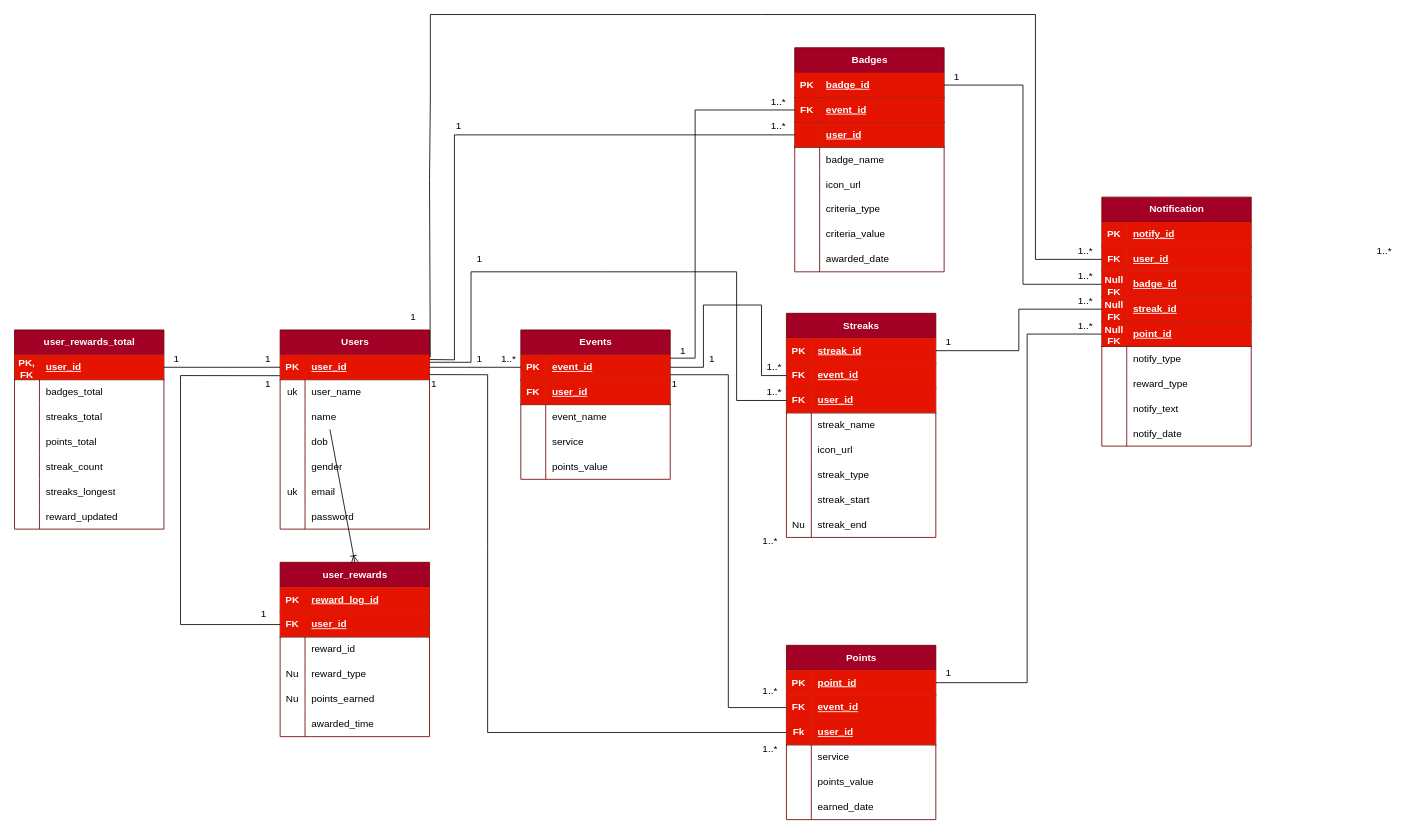
Above: ERD Software Design Document.drawio in Sky-monster/Diagrams (draw.io), before the change. Source tidied: cells renumbered, new cells numbered last; positions are measured from the earlier drawing's top-left corner, leaving out a move shared by most shapes. Both pictures are drawn from the tidied source at 83%, with x=0, y=0 at pixel (14, 14).
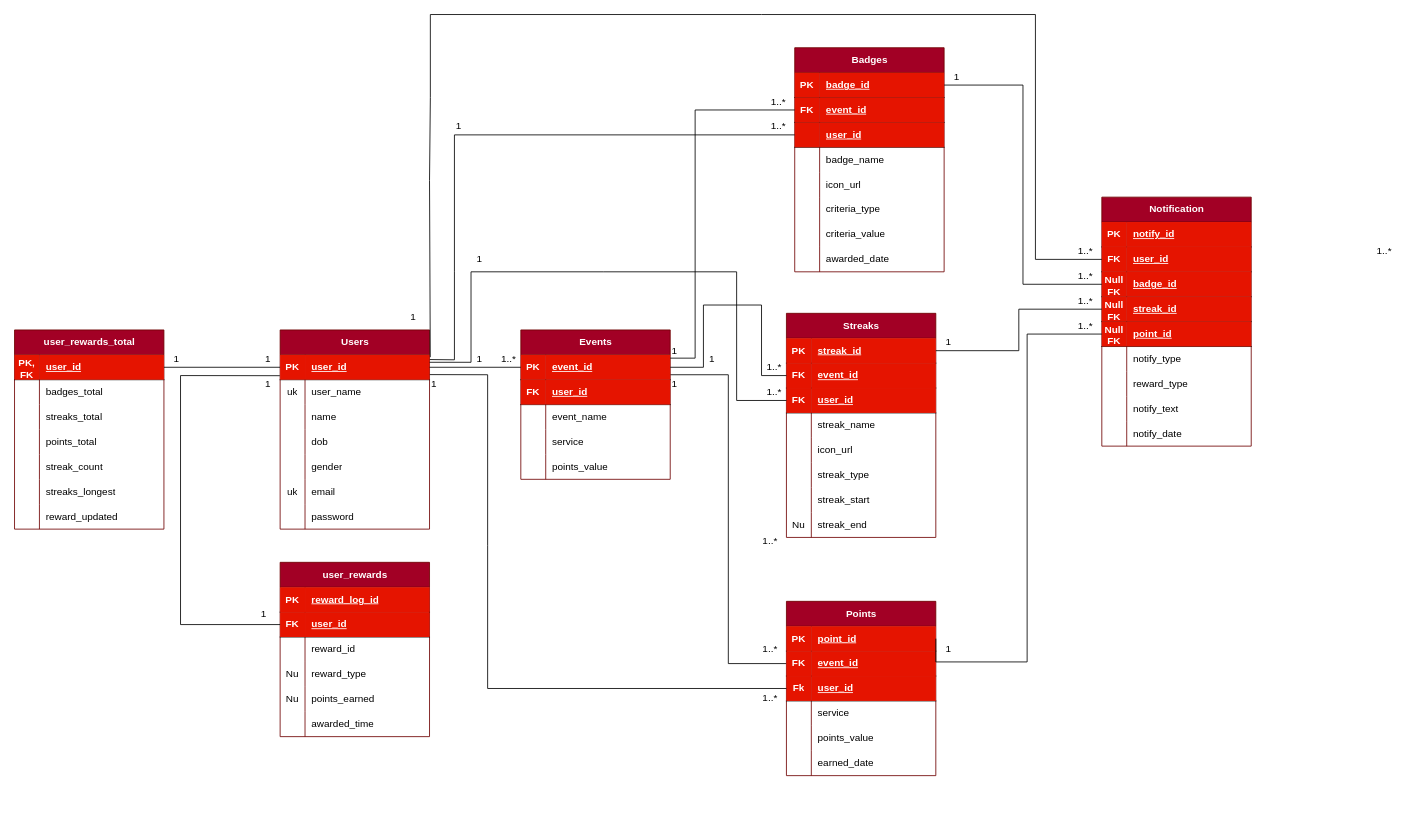
The same page after the edit.

Unchanged cells that the change refers to:
```xml
<mxCell id="3" style="shape=tableRow;horizontal=0;startSize=0;swimlaneHead=0;swimlaneBody=0;fillColor=none;points=[[0,0.5],[1,0.5]];portConstraint=eastwest;top=0;left=0;right=0;bottom=1;" parent="2" vertex="1">
  <mxGeometry y="30" width="180" height="30" as="geometry" />
</mxCell>
<mxCell id="71" value="user_rewards" style="shape=table;startSize=30;childLayout=tableLayout;rowLines=0;fontStyle=1;align=center;html=1;fillColor=#a20025;fontColor=#ffffff;strokeColor=#6F0000;fontFamily=Arial;" parent="1" vertex="1">
  <mxGeometry x="320" y="660" width="180" height="210" as="geometry" />
</mxCell>
<mxCell id="103" style="shape=tableRow;horizontal=0;startSize=0;swimlaneHead=0;swimlaneBody=0;fillColor=none;points=[[0,0.5],[1,0.5]];portConstraint=eastwest;top=0;left=0;right=0;bottom=1;" parent="90" vertex="1">
  <mxGeometry y="150" width="180" height="30" as="geometry" />
</mxCell>
<mxCell id="162" style="shape=tableRow;horizontal=0;startSize=0;swimlaneHead=0;swimlaneBody=0;fillColor=none;points=[[0,0.5],[1,0.5]];portConstraint=eastwest;top=0;left=0;right=0;bottom=1;" parent="161" vertex="1">
  <mxGeometry y="30" width="180" height="30" as="geometry" />
</mxCell>
<mxCell id="168" style="shape=tableRow;horizontal=0;startSize=0;swimlaneHead=0;swimlaneBody=0;fillColor=none;points=[[0,0.5],[1,0.5]];portConstraint=eastwest;top=0;left=0;right=0;bottom=1;" parent="161" vertex="1">
  <mxGeometry y="90" width="180" height="30" as="geometry" />
</mxCell>
```

What changed in the source:
```diff
@@
-    <mxCell id="160" style="fontSize=12;html=1;endArrow=ERoneToMany;rounded=0;exitX=0.494;exitY=1;exitDx=0;exitDy=0;exitPerimeter=0;entryX=0.5;entryY=0;entryDx=0;entryDy=0;" parent="1" edge="1" target="71">
-      <mxGeometry relative="1" as="geometry">
-        <mxPoint x="380" y="500" as="sourcePoint" />
-      </mxGeometry>
-    </mxCell>
     <mxCell id="161" value="Points" style="shape=table;startSize=30;childLayout=tableLayout;rowLines=0;fontStyle=1;align=center;html=1;fillColor=#a20025;fontColor=#ffffff;strokeColor=#6F0000;fontFamily=Arial;" parent="1" vertex="1">
-      <mxGeometry x="930" y="760" width="180" height="210" as="geometry" />
+      <mxGeometry x="930" y="707" width="180" height="210" as="geometry" />
     </mxCell>
@@
     <mxCell id="190" style="rounded=0;jettySize=auto;html=1;entryX=0;entryY=0.5;entryDx=0;entryDy=0;exitX=1.002;exitY=0.794;exitDx=0;exitDy=0;exitPerimeter=0;endArrow=none;endFill=0;" parent="1" edge="1" source="3" target="168">
       <mxGeometry relative="1" as="geometry">
         <Array as="points">
           <mxPoint x="570" y="434" />
           <mxPoint x="570" y="640" />
-          <mxPoint x="570" y="865" />
+          <mxPoint x="570" y="812" />
         </Array>
       </mxGeometry>
     </mxCell>
@@
-    <mxCell id="195" style="edgeStyle=orthogonalEdgeStyle;rounded=0;jettySize=auto;html=1;entryX=0;entryY=0.5;entryDx=0;entryDy=0;endArrow=none;endFill=0;" parent="1" edge="1" source="162" target="103">
+    <mxCell id="195" style="edgeStyle=orthogonalEdgeStyle;rounded=0;jettySize=auto;html=1;entryX=0;entryY=0.5;entryDx=0;entryDy=0;endArrow=none;endFill=0;exitX=1;exitY=0.5;exitDx=0;exitDy=0;" parent="1" edge="1" source="162" target="103">
       <mxGeometry relative="1" as="geometry">
         <Array as="points">
-          <mxPoint x="1220" y="805" />
+          <mxPoint x="1110" y="780" />
+          <mxPoint x="1220" y="780" />
           <mxPoint x="1220" y="385" />
         </Array>
       </mxGeometry>
     </mxCell>
@@
     <mxCell id="197" value="1" style="text;html=1;align=center;verticalAlign=middle;strokeColor=none;fillColor=none;" parent="1" vertex="1">
-      <mxGeometry x="1110" y="778" width="30" height="30" as="geometry" />
+      <mxGeometry x="1110" y="750" width="30" height="30" as="geometry" />
     </mxCell>
@@
     <mxCell id="208" value="1..*" style="text;html=1;align=center;verticalAlign=middle;strokeColor=none;fillColor=none;" parent="1" vertex="1">
-      <mxGeometry x="890" y="870" width="40" height="30" as="geometry" />
+      <mxGeometry x="890" y="750" width="40" height="30" as="geometry" />
     </mxCell>
     <mxCell id="209" value="1..*" style="text;html=1;align=center;verticalAlign=middle;strokeColor=none;fillColor=none;" parent="1" vertex="1">
-      <mxGeometry x="890" y="800" width="40" height="30" as="geometry" />
+      <mxGeometry x="890" y="808" width="40" height="30" as="geometry" />
     </mxCell>
@@
     <mxCell id="219" value="1" style="text;html=1;align=center;verticalAlign=middle;strokeColor=none;fillColor=none;" parent="1" vertex="1">
-      <mxGeometry x="790" y="390" width="30" height="30" as="geometry" />
+      <mxGeometry x="780" y="390" width="30" height="30" as="geometry" />
     </mxCell>
```
